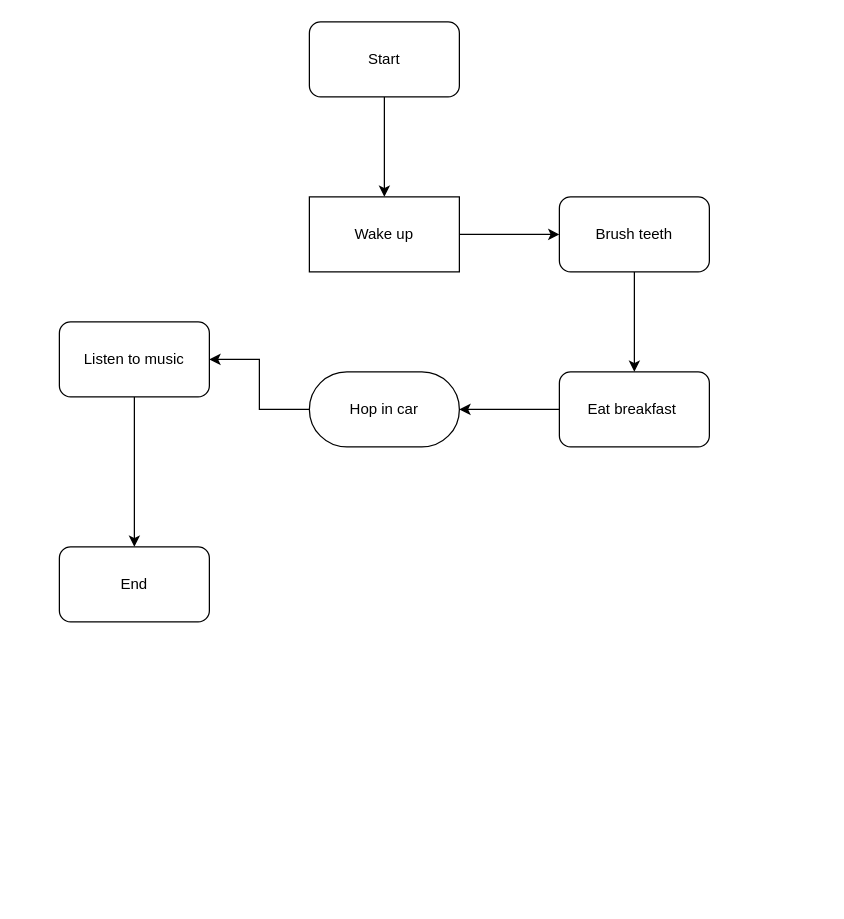
This is แบบแผนที่ยังไม่ได้ตั้งชื่อ.drawio from Amefahh/amefahh, a draw.io file, before an edit. Source tidied: cells renumbered, new cells numbered last; positions are measured from the earlier drawing's top-left corner, leaving out a move shared by most shapes. Both pictures are drawn from the tidied source at 125%, with x=0, y=0 at pixel (59, 21).
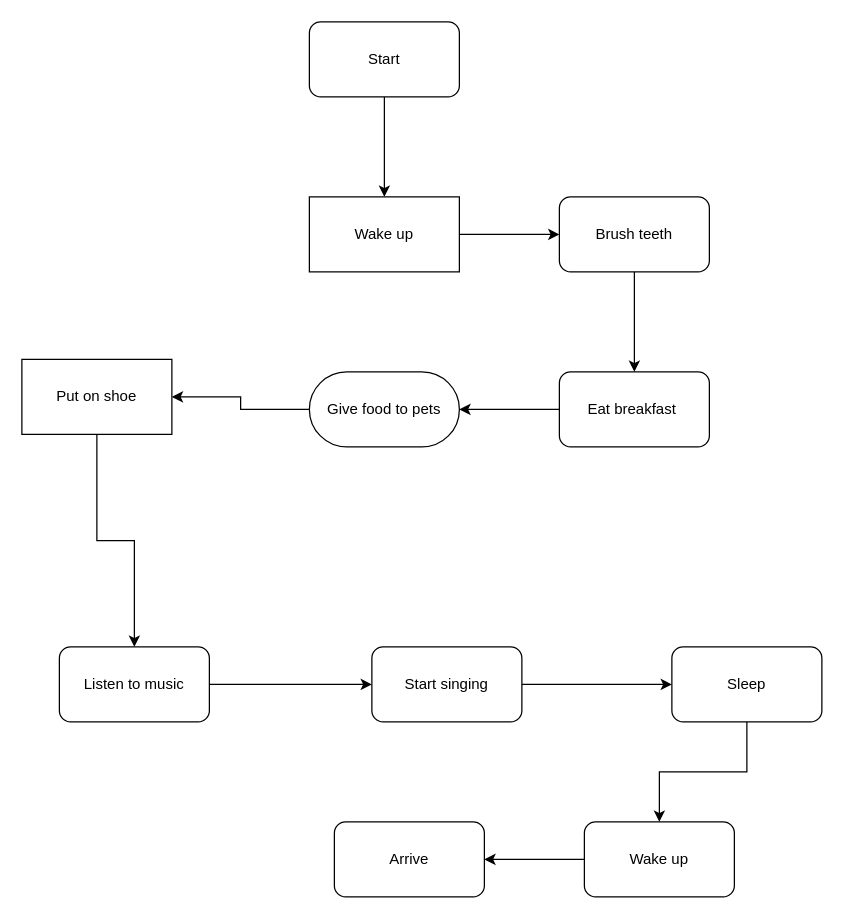
After the change.

Change to the diagram source:
```diff
@@
-    <mxCell id="11" value="Hop in car" style="whiteSpace=wrap;html=1;rounded=1;arcSize=50;" parent="1" vertex="1">
+    <mxCell id="11" value="Give food to pets" style="whiteSpace=wrap;html=1;rounded=1;arcSize=50;" parent="1" vertex="1">
       <mxGeometry x="200" y="280" width="120" height="60" as="geometry" />
     </mxCell>
@@
-    <mxCell id="13" value="Listen to music" style="whiteSpace=wrap;html=1;rounded=1;" parent="1" vertex="1">
-      <mxGeometry y="240" width="120" height="60" as="geometry" />
+    <mxCell id="13" value="Put on shoe" style="whiteSpace=wrap;html=1;rounded=1;arcSize=0;" parent="1" vertex="1">
+      <mxGeometry x="-30" y="270" width="120" height="60" as="geometry" />
     </mxCell>
+    <mxCell id="15" style="edgeStyle=orthogonalEdgeStyle;rounded=0;jettySize=auto;html=1;" parent="1" edge="1" source="14" target="17">
+      <mxGeometry relative="1" as="geometry" />
+    </mxCell>
-    <mxCell id="14" value="End" style="whiteSpace=wrap;html=1;rounded=1;" parent="1" vertex="1">
-      <mxGeometry y="420" width="120" height="60" as="geometry" />
+    <mxCell id="14" value="Listen to music" style="whiteSpace=wrap;html=1;rounded=1;" parent="1" vertex="1">
+      <mxGeometry y="500" width="120" height="60" as="geometry" />
     </mxCell>
+    <mxCell id="16" style="edgeStyle=orthogonalEdgeStyle;rounded=0;jettySize=auto;html=1;" parent="1" edge="1" source="17" target="19">
+      <mxGeometry relative="1" as="geometry" />
+    </mxCell>
+    <mxCell id="17" value="Start singing" style="whiteSpace=wrap;html=1;rounded=1;" parent="1" vertex="1">
+      <mxGeometry x="250" y="500" width="120" height="60" as="geometry" />
+    </mxCell>
+    <mxCell id="18" style="edgeStyle=orthogonalEdgeStyle;rounded=0;jettySize=auto;html=1;" parent="1" edge="1" source="19" target="21">
+      <mxGeometry relative="1" as="geometry" />
+    </mxCell>
+    <mxCell id="19" value="Sleep" style="whiteSpace=wrap;html=1;rounded=1;" parent="1" vertex="1">
+      <mxGeometry x="490" y="500" width="120" height="60" as="geometry" />
+    </mxCell>
+    <mxCell id="20" style="edgeStyle=orthogonalEdgeStyle;rounded=0;jettySize=auto;html=1;" parent="1" edge="1" source="21" target="22">
+      <mxGeometry relative="1" as="geometry" />
+    </mxCell>
+    <mxCell id="21" value="Wake up" style="whiteSpace=wrap;html=1;rounded=1;" parent="1" vertex="1">
+      <mxGeometry x="420" y="640" width="120" height="60" as="geometry" />
+    </mxCell>
+    <mxCell id="22" value="Arrive" style="whiteSpace=wrap;html=1;rounded=1;" parent="1" vertex="1">
+      <mxGeometry x="220" y="640" width="120" height="60" as="geometry" />
+    </mxCell>
```
